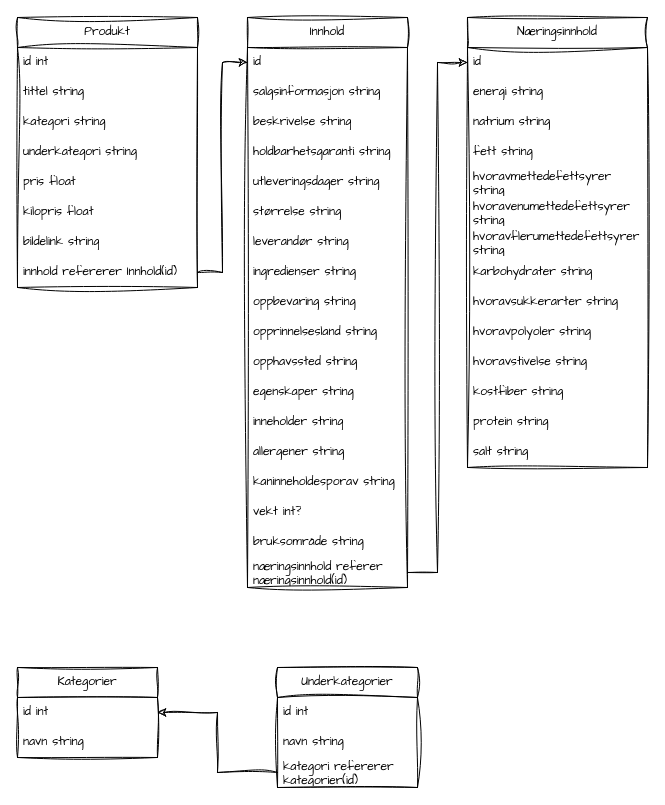
This is handlelapp-database.drawio from korneliushen/handlel.app, a draw.io file, before an edit. Source tidied: cells renumbered, new cells numbered last; positions are measured from the earlier drawing's top-left corner, leaving out a move shared by most shapes. Both pictures are drawn from the tidied source at 100%, with x=0, y=0 at pixel (17, 17).
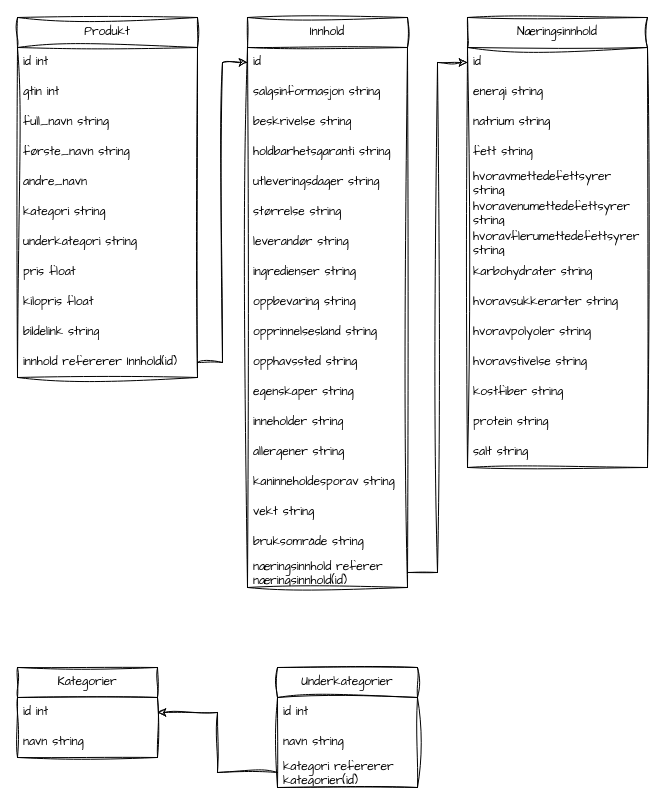
After the change.

Unchanged cells that the change refers to:
```xml
<mxCell id="11" value="Innhold" style="swimlane;fontStyle=0;horizontal=1;startSize=30;whiteSpace=wrap;html=1;sketch=1;hachureGap=4;jiggle=2;curveFitting=1;fontFamily=Architects Daughter;" parent="1" vertex="1">
  <mxGeometry x="230" width="160" height="570" as="geometry" />
</mxCell>
```

The edit, as a diff of the source:
```diff
@@
     <mxCell id="2" value="Produkt" style="swimlane;fontStyle=0;horizontal=1;startSize=30;whiteSpace=wrap;html=1;sketch=1;hachureGap=4;jiggle=2;curveFitting=1;fontFamily=Architects Daughter;" parent="1" vertex="1">
-      <mxGeometry width="180" height="270" as="geometry" />
+      <mxGeometry width="180" height="360" as="geometry" />
     </mxCell>
+    <mxCell id="55" value="id int" style="text;strokeColor=none;fillColor=none;align=left;verticalAlign=middle;spacingLeft=4;spacingRight=4;overflow=hidden;whiteSpace=wrap;html=1;fontFamily=Architects Daughter;" parent="2" vertex="1">
+      <mxGeometry y="30" width="180" height="30" as="geometry" />
+    </mxCell>
-    <mxCell id="3" value="id int" style="text;strokeColor=none;fillColor=none;align=left;verticalAlign=middle;spacingLeft=4;spacingRight=4;overflow=hidden;whiteSpace=wrap;html=1;fontFamily=Architects Daughter;" parent="2" vertex="1">
-      <mxGeometry y="30" width="180" height="30" as="geometry" />
+    <mxCell id="3" value="gtin int" style="text;strokeColor=none;fillColor=none;align=left;verticalAlign=middle;spacingLeft=4;spacingRight=4;overflow=hidden;whiteSpace=wrap;html=1;fontFamily=Architects Daughter;" parent="2" vertex="1">
+      <mxGeometry y="60" width="180" height="30" as="geometry" />
     </mxCell>
+    <mxCell id="56" value="full_navn string" style="text;strokeColor=none;fillColor=none;align=left;verticalAlign=middle;spacingLeft=4;spacingRight=4;overflow=hidden;whiteSpace=wrap;html=1;fontFamily=Architects Daughter;" parent="2" vertex="1">
+      <mxGeometry y="90" width="180" height="30" as="geometry" />
+    </mxCell>
+    <mxCell id="57" value="første_navn string" style="text;strokeColor=none;fillColor=none;align=left;verticalAlign=middle;spacingLeft=4;spacingRight=4;overflow=hidden;whiteSpace=wrap;html=1;fontFamily=Architects Daughter;" parent="2" vertex="1">
+      <mxGeometry y="120" width="180" height="30" as="geometry" />
+    </mxCell>
-    <mxCell id="4" value="tittel string" style="text;strokeColor=none;fillColor=none;align=left;verticalAlign=middle;spacingLeft=4;spacingRight=4;overflow=hidden;whiteSpace=wrap;html=1;fontFamily=Architects Daughter;" parent="2" vertex="1">
-      <mxGeometry y="60" width="180" height="30" as="geometry" />
+    <mxCell id="4" value="andre_navn" style="text;strokeColor=none;fillColor=none;align=left;verticalAlign=middle;spacingLeft=4;spacingRight=4;overflow=hidden;whiteSpace=wrap;html=1;fontFamily=Architects Daughter;" parent="2" vertex="1">
+      <mxGeometry y="150" width="180" height="30" as="geometry" />
     </mxCell>
     <mxCell id="5" value="kategori string" style="text;strokeColor=none;fillColor=none;align=left;verticalAlign=middle;spacingLeft=4;spacingRight=4;overflow=hidden;whiteSpace=wrap;html=1;fontFamily=Architects Daughter;" parent="2" vertex="1">
-      <mxGeometry y="90" width="180" height="30" as="geometry" />
+      <mxGeometry y="180" width="180" height="30" as="geometry" />
     </mxCell>
     <mxCell id="6" value="underkategori string" style="text;strokeColor=none;fillColor=none;align=left;verticalAlign=middle;spacingLeft=4;spacingRight=4;overflow=hidden;whiteSpace=wrap;html=1;fontFamily=Architects Daughter;" parent="2" vertex="1">
-      <mxGeometry y="120" width="180" height="30" as="geometry" />
+      <mxGeometry y="210" width="180" height="30" as="geometry" />
     </mxCell>
     <mxCell id="7" value="pris float" style="text;strokeColor=none;fillColor=none;align=left;verticalAlign=middle;spacingLeft=4;spacingRight=4;overflow=hidden;whiteSpace=wrap;html=1;fontFamily=Architects Daughter;" parent="2" vertex="1">
-      <mxGeometry y="150" width="180" height="30" as="geometry" />
+      <mxGeometry y="240" width="180" height="30" as="geometry" />
     </mxCell>
     <mxCell id="8" value="kilopris float" style="text;strokeColor=none;fillColor=none;align=left;verticalAlign=middle;spacingLeft=4;spacingRight=4;overflow=hidden;whiteSpace=wrap;html=1;fontFamily=Architects Daughter;" parent="2" vertex="1">
-      <mxGeometry y="180" width="180" height="30" as="geometry" />
+      <mxGeometry y="270" width="180" height="30" as="geometry" />
     </mxCell>
     <mxCell id="9" value="bildelink string" style="text;strokeColor=none;fillColor=none;align=left;verticalAlign=middle;spacingLeft=4;spacingRight=4;overflow=hidden;whiteSpace=wrap;html=1;fontFamily=Architects Daughter;" parent="2" vertex="1">
-      <mxGeometry y="210" width="180" height="30" as="geometry" />
+      <mxGeometry y="300" width="180" height="30" as="geometry" />
     </mxCell>
     <mxCell id="10" value="innhold refererer Innhold(id)" style="text;strokeColor=none;fillColor=none;align=left;verticalAlign=middle;spacingLeft=4;spacingRight=4;overflow=hidden;points=[[0,0.5],[1,0.5]];portConstraint=eastwest;whiteSpace=wrap;html=1;fontFamily=Architects Daughter;" parent="2" vertex="1">
-      <mxGeometry y="240" width="180" height="30" as="geometry" />
+      <mxGeometry y="330" width="180" height="30" as="geometry" />
     </mxCell>
@@
-    <mxCell id="27" value="vekt int?" style="text;strokeColor=none;fillColor=none;align=left;verticalAlign=middle;spacingLeft=4;spacingRight=4;overflow=hidden;whiteSpace=wrap;html=1;fontFamily=Architects Daughter;" parent="11" vertex="1">
+    <mxCell id="27" value="vekt string" style="text;strokeColor=none;fillColor=none;align=left;verticalAlign=middle;spacingLeft=4;spacingRight=4;overflow=hidden;whiteSpace=wrap;html=1;fontFamily=Architects Daughter;" parent="11" vertex="1">
       <mxGeometry y="480" width="160" height="30" as="geometry" />
     </mxCell>
```
